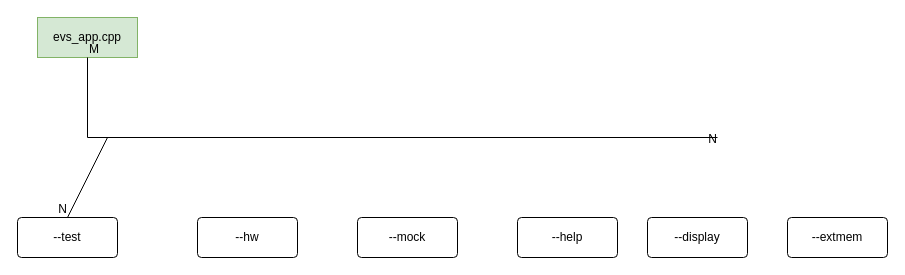
Earlier version of the draw.io diagram EVS_APP.drawio (SurajYenage46/EVS_APP). Source tidied: cells renumbered, new cells numbered last; positions are measured from the earlier drawing's top-left corner, leaving out a move shared by most shapes. Both pictures are drawn from the tidied source at 100%, with x=0, y=0 at pixel (17, 17).
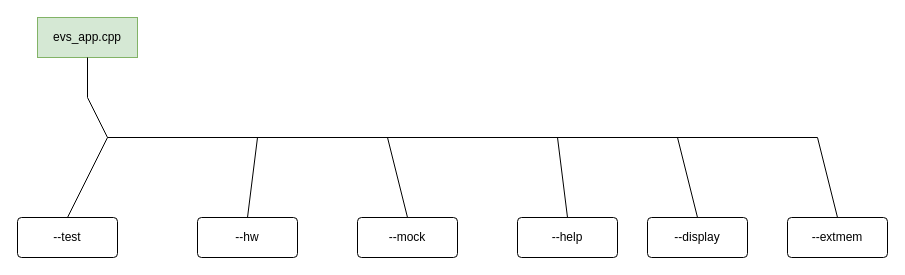
After the change.

The change refers to these unchanged cells:
```xml
<mxCell id="2" value="evs_app.cpp" style="whiteSpace=wrap;html=1;align=center;fillColor=#d5e8d4;strokeColor=#82b366;" parent="1" vertex="1">
  <mxGeometry x="20" width="100" height="40" as="geometry" />
</mxCell>
<mxCell id="6" value="--test" style="rounded=1;arcSize=10;whiteSpace=wrap;html=1;align=center;" parent="1" vertex="1">
  <mxGeometry y="200" width="100" height="40" as="geometry" />
</mxCell>
<mxCell id="7" value="--hw" style="rounded=1;arcSize=10;whiteSpace=wrap;html=1;align=center;" parent="1" vertex="1">
  <mxGeometry x="180" y="200" width="100" height="40" as="geometry" />
</mxCell>
<mxCell id="8" value="--mock" style="rounded=1;arcSize=10;whiteSpace=wrap;html=1;align=center;" parent="1" vertex="1">
  <mxGeometry x="340" y="200" width="100" height="40" as="geometry" />
</mxCell>
<mxCell id="9" value="--help" style="rounded=1;arcSize=10;whiteSpace=wrap;html=1;align=center;" parent="1" vertex="1">
  <mxGeometry x="500" y="200" width="100" height="40" as="geometry" />
</mxCell>
<mxCell id="10" value="--display" style="rounded=1;arcSize=10;whiteSpace=wrap;html=1;align=center;" parent="1" vertex="1">
  <mxGeometry x="630" y="200" width="100" height="40" as="geometry" />
</mxCell>
<mxCell id="11" value="--extmem" style="rounded=1;arcSize=10;whiteSpace=wrap;html=1;align=center;" parent="1" vertex="1">
  <mxGeometry x="770" y="200" width="100" height="40" as="geometry" />
</mxCell>
```

The edit, as a diff of the source:
```diff
@@
-    <mxCell id="3" style="endArrow=none;html=1;rounded=0;exitX=0.5;exitY=1;exitDx=0;exitDy=0;" parent="1" edge="1" source="2">
-      <mxGeometry relative="1" as="geometry">
-        <mxPoint x="700" y="120" as="targetPoint" />
-        <Array as="points">
-          <mxPoint x="70" y="120" />
-        </Array>
-      </mxGeometry>
-    </mxCell>
-    <mxCell id="4" value="M" style="html=1;align=left;verticalAlign=bottom;" parent="3" vertex="1">
-      <mxGeometry x="-1" relative="1" as="geometry" />
-    </mxCell>
-    <mxCell id="5" value="N" style="html=1;align=right;verticalAlign=bottom;" parent="3" vertex="1">
-      <mxGeometry x="1" relative="1" as="geometry">
-        <mxPoint y="10" as="offset" />
-      </mxGeometry>
-    </mxCell>
@@
-    <mxCell id="12" style="endArrow=none;html=1;rounded=0;entryX=0.5;entryY=0;entryDx=0;entryDy=0;" parent="1" edge="1" target="6">
-      <mxGeometry relative="1" as="geometry">
-        <mxPoint x="90" y="120" as="sourcePoint" />
-      </mxGeometry>
-    </mxCell>
-    <mxCell id="13" value="N" style="html=1;align=right;verticalAlign=bottom;" parent="12" vertex="1">
-      <mxGeometry x="1" relative="1" as="geometry" />
-    </mxCell>
+    <mxCell id="14" style="endArrow=none;html=1;rounded=0;" parent="1" edge="1">
+      <mxGeometry relative="1" as="geometry">
+        <mxPoint x="90" y="120" as="sourcePoint" />
+        <mxPoint x="800" y="120" as="targetPoint" />
+      </mxGeometry>
+    </mxCell>
+    <mxCell id="15" style="endArrow=none;html=1;rounded=0;exitX=0.5;exitY=1;exitDx=0;exitDy=0;" parent="1" edge="1" source="2">
+      <mxGeometry relative="1" as="geometry">
+        <mxPoint x="90" y="120" as="targetPoint" />
+        <Array as="points">
+          <mxPoint x="70" y="80" />
+        </Array>
+      </mxGeometry>
+    </mxCell>
+    <mxCell id="16" style="endArrow=none;html=1;rounded=0;entryX=0.5;entryY=0;entryDx=0;entryDy=0;" parent="1" edge="1" target="6">
+      <mxGeometry relative="1" as="geometry">
+        <mxPoint x="90" y="120" as="sourcePoint" />
+      </mxGeometry>
+    </mxCell>
+    <mxCell id="17" style="endArrow=none;html=1;rounded=0;entryX=0.5;entryY=0;entryDx=0;entryDy=0;" parent="1" edge="1" target="7">
+      <mxGeometry relative="1" as="geometry">
+        <mxPoint x="240" y="120" as="sourcePoint" />
+      </mxGeometry>
+    </mxCell>
+    <mxCell id="18" style="endArrow=none;html=1;rounded=0;entryX=0.5;entryY=0;entryDx=0;entryDy=0;" parent="1" edge="1" target="8">
+      <mxGeometry relative="1" as="geometry">
+        <mxPoint x="370" y="120" as="sourcePoint" />
+      </mxGeometry>
+    </mxCell>
+    <mxCell id="19" style="endArrow=none;html=1;rounded=0;entryX=0.5;entryY=0;entryDx=0;entryDy=0;" parent="1" edge="1" target="9">
+      <mxGeometry relative="1" as="geometry">
+        <mxPoint x="540" y="120" as="sourcePoint" />
+      </mxGeometry>
+    </mxCell>
+    <mxCell id="20" style="endArrow=none;html=1;rounded=0;entryX=0.5;entryY=0;entryDx=0;entryDy=0;" parent="1" edge="1" target="10">
+      <mxGeometry relative="1" as="geometry">
+        <mxPoint x="660" y="120" as="sourcePoint" />
+      </mxGeometry>
+    </mxCell>
+    <mxCell id="21" style="endArrow=none;html=1;rounded=0;entryX=0.5;entryY=0;entryDx=0;entryDy=0;" parent="1" edge="1" target="11">
+      <mxGeometry relative="1" as="geometry">
+        <mxPoint x="800" y="120" as="sourcePoint" />
+      </mxGeometry>
+    </mxCell>
```
